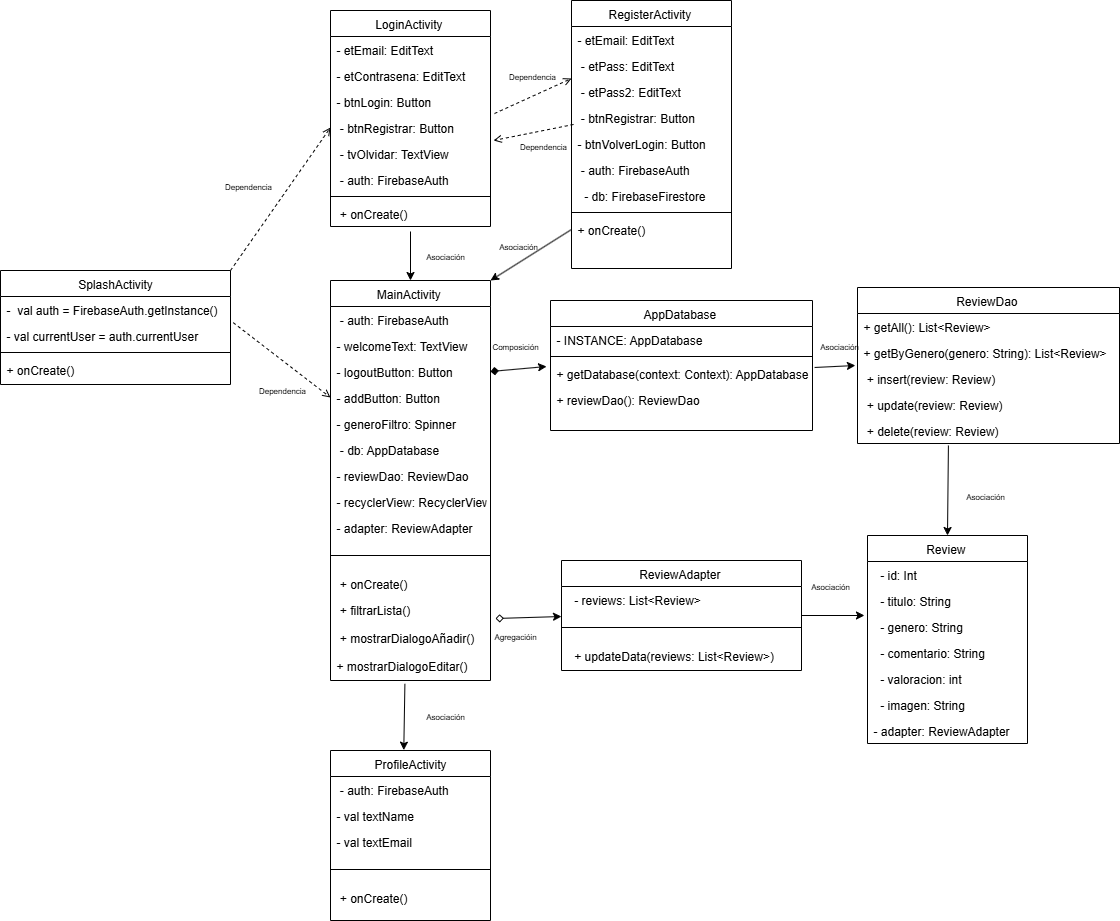
The draw.io diagram Diagrama De Clases/diagrama de clases.png in marcosgb9/MyList, before a commit. Source tidied: cells renumbered, new cells last; positions are measured from the earlier drawing's top-left corner, leaving out a move shared by most shapes.
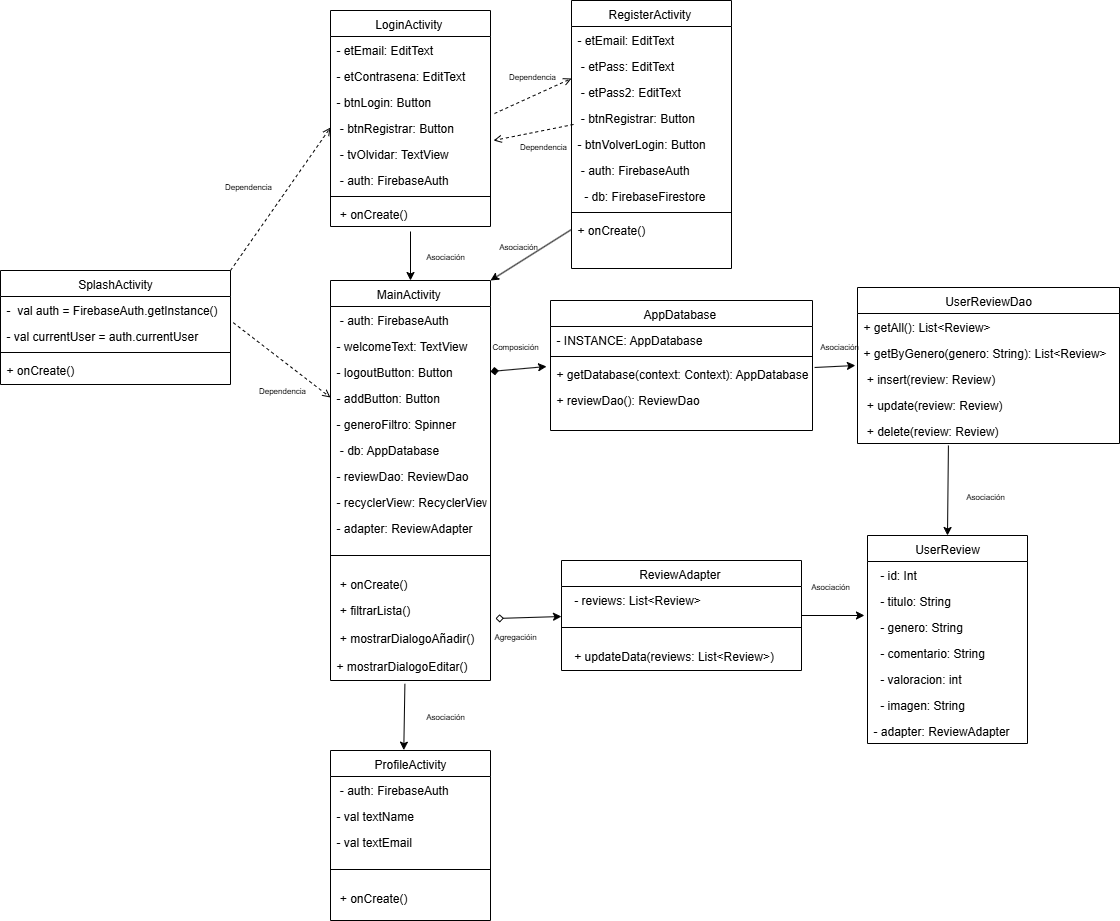
After the change.

Diff of the diagram source:
```diff
@@ -119,7 +119,7 @@
     <mxCell id="40" value="+ reviewDao(): ReviewDao" style="text;align=left;verticalAlign=top;spacingLeft=4;spacingRight=4;overflow=hidden;" parent="36" vertex="1">
       <mxGeometry y="86" width="262" height="26" as="geometry" />
     </mxCell>
-    <mxCell id="41" value="ReviewDao " style="swimlane;fontStyle=0;align=center;verticalAlign=top;horizontal=1;startSize=26;rounded=0;shadow=0;strokeWidth=1;" parent="1" vertex="1">
+    <mxCell id="41" value="UserReviewDao" style="swimlane;fontStyle=0;align=center;verticalAlign=top;horizontal=1;startSize=26;rounded=0;shadow=0;strokeWidth=1;" parent="1" vertex="1">
       <mxGeometry x="857" y="287" width="262" height="156" as="geometry" />
     </mxCell>
     <mxCell id="42" value="+ getAll(): List&lt;Review&gt;" style="text;align=left;verticalAlign=top;spacingLeft=4;spacingRight=4;overflow=hidden;" parent="41" vertex="1">
@@ -137,7 +137,7 @@
     <mxCell id="46" value=" + delete(review: Review)" style="text;align=left;verticalAlign=top;spacingLeft=4;spacingRight=4;overflow=hidden;points=[[0,0.5],[1,0.5]];portConstraint=eastwest;" parent="41" vertex="1">
       <mxGeometry y="130" width="262" height="26" as="geometry" />
     </mxCell>
-    <mxCell id="47" value="Review " style="swimlane;fontStyle=0;align=center;verticalAlign=top;horizontal=1;startSize=26;rounded=0;shadow=0;strokeWidth=1;" parent="1" vertex="1">
+    <mxCell id="47" value="UserReview" style="swimlane;fontStyle=0;align=center;verticalAlign=top;horizontal=1;startSize=26;rounded=0;shadow=0;strokeWidth=1;" parent="1" vertex="1">
       <mxGeometry x="867" y="535" width="160" height="208" as="geometry" />
     </mxCell>
     <mxCell id="48" value="  - id: Int" style="text;align=left;verticalAlign=top;spacingLeft=4;spacingRight=4;overflow=hidden;" parent="47" vertex="1">
```
